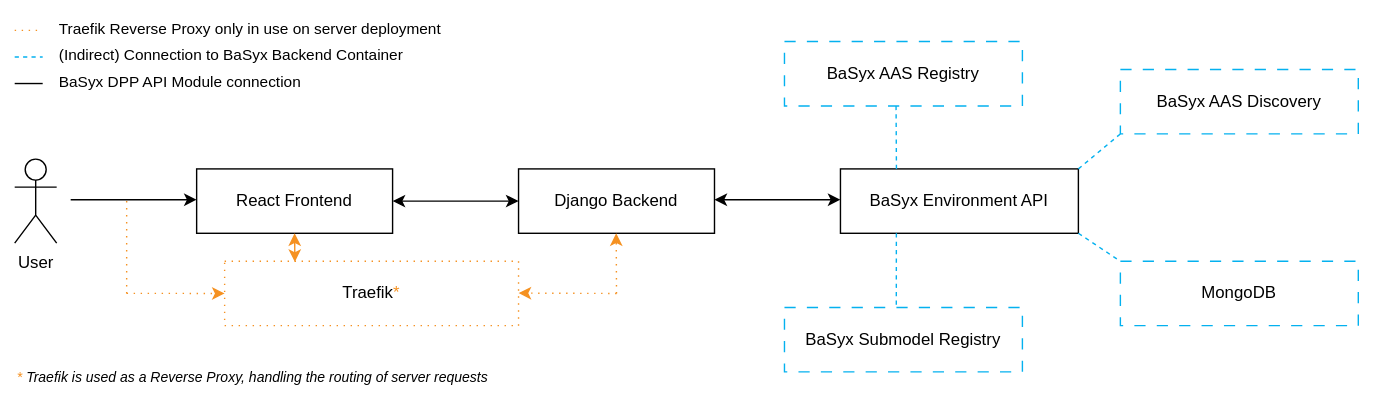
DHBW-TINF24F/Team6-BaSyx-DPP-API keeps this draw.io diagram as PROJECT/SAS/src/grey-box-view/TINF24F_SAS_Team_6_Grey-Box-View_R10.drawio.svg. Above is the earlier version. Source tidied: cells renumbered, new cells last; positions are measured from the earlier drawing's top-left corner, leaving out a move shared by most shapes.
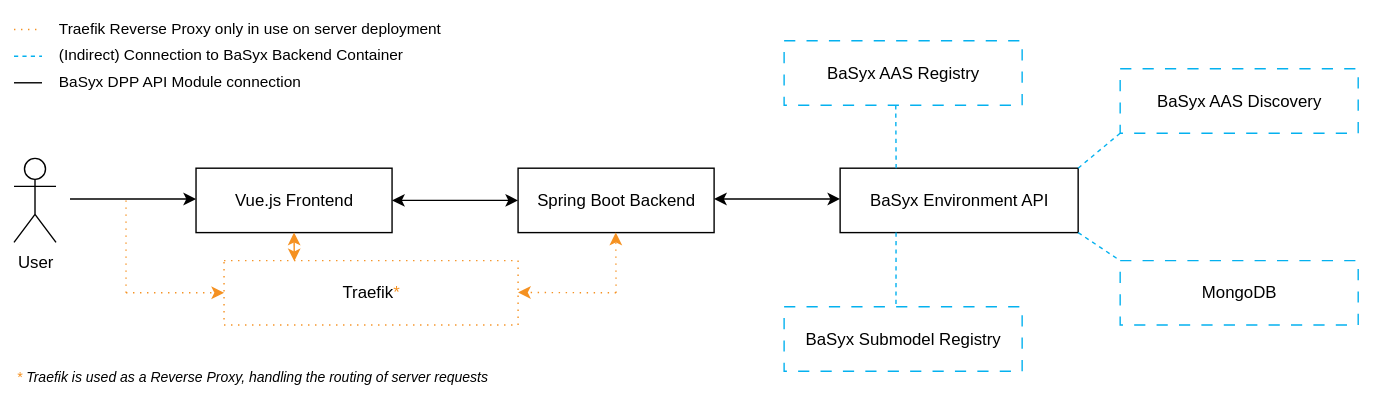
Later version of the same file.

Commit message:
altered front- and backend technologies + changed diagrams

Diff of the diagram source:
```diff
@@ -11,13 +11,13 @@
         <mxPoint x="130" y="132" as="targetPoint" />
       </mxGeometry>
     </mxCell>
-    <mxCell id="4" value="React Frontend" style="rounded=0;whiteSpace=wrap;html=1;" parent="1" vertex="1">
+    <mxCell id="4" value="Vue.js Frontend" style="rounded=0;whiteSpace=wrap;html=1;" parent="1" vertex="1">
       <mxGeometry x="130" y="110" width="140" height="46" as="geometry" />
     </mxCell>
     <mxCell id="5" style="endArrow=classic;startArrow=classic;html=1;rounded=0;exitX=1;exitY=0.5;exitDx=0;exitDy=0;entryX=0;entryY=0.5;entryDx=0;entryDy=0;" parent="1" edge="1" source="4" target="6">
       <mxGeometry relative="1" as="geometry" />
     </mxCell>
-    <mxCell id="6" value="Django Backend" style="rounded=0;whiteSpace=wrap;html=1;" parent="1" vertex="1">
+    <mxCell id="6" value="Spring Boot Backend" style="rounded=0;whiteSpace=wrap;html=1;" parent="1" vertex="1">
       <mxGeometry x="360" y="110" width="140" height="46" as="geometry" />
     </mxCell>
     <mxCell id="7" style="endArrow=classic;startArrow=classic;html=1;rounded=0;entryX=0;entryY=0.478;entryDx=0;entryDy=0;entryPerimeter=0;" parent="1" edge="1" target="8">
```
